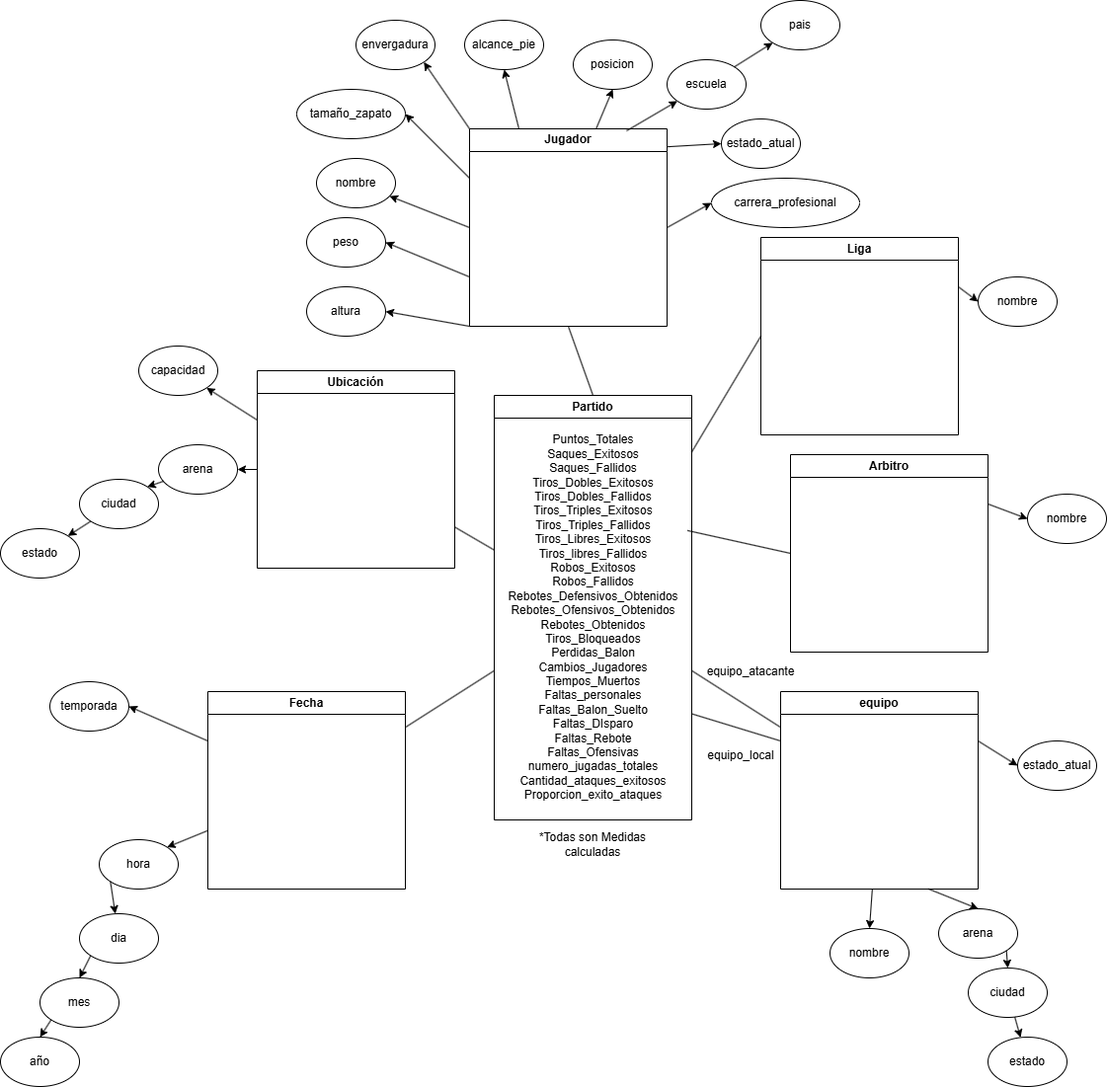
Earlier version of the draw.io export NBA esquema conceptual.png (danielbo22/TFG-NBA). Source tidied: cells renumbered, new cells last; positions are measured from the earlier drawing's top-left corner, leaving out a move shared by most shapes.
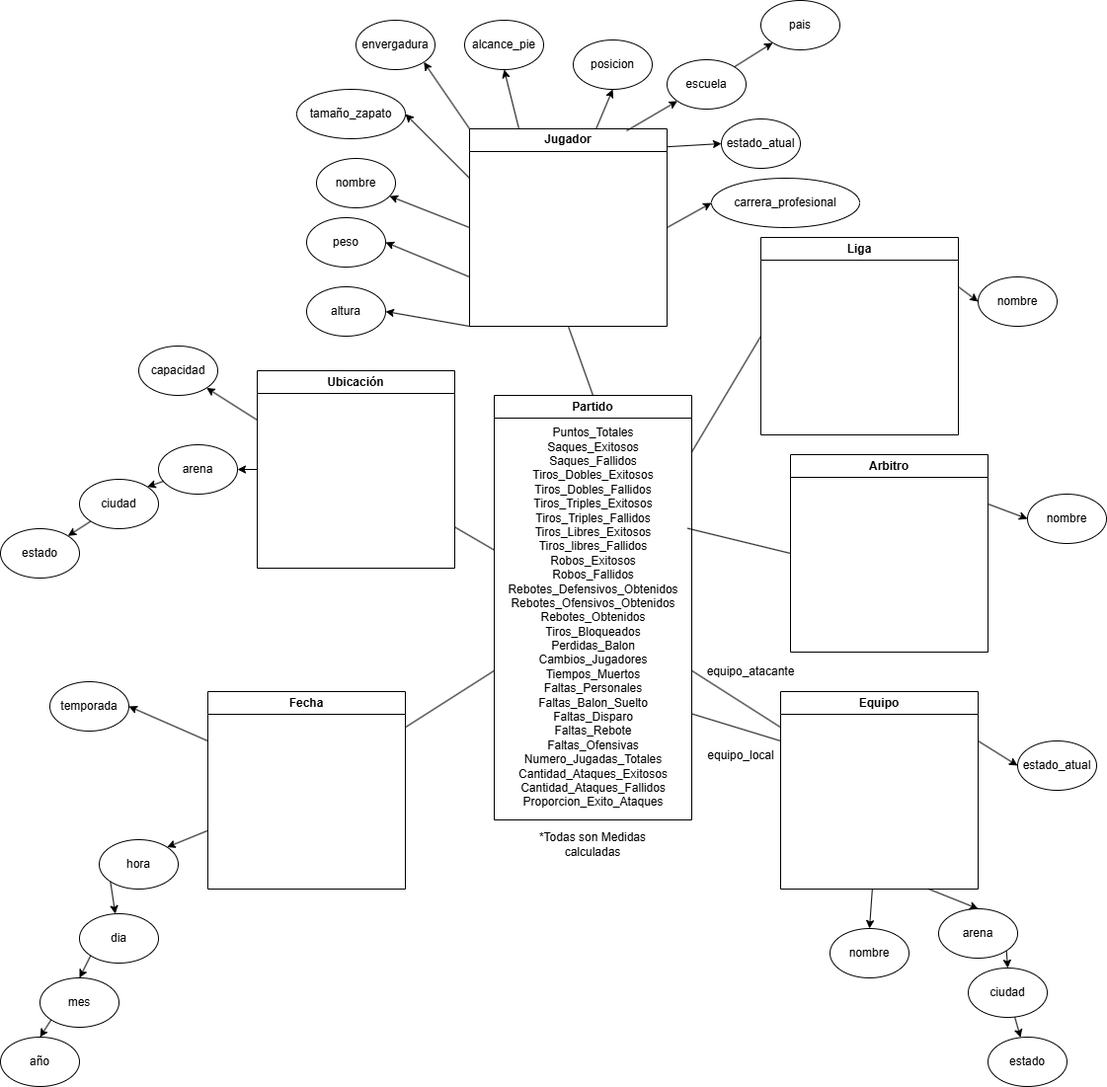
Above is the later version.

Commit message:
esquema conceptual final

The edit, as a diff of the source:
```diff
@@ -5,10 +5,10 @@
     <mxCell id="2" value="Partido" style="swimlane;whiteSpace=wrap;html=1;" parent="1" vertex="1">
       <mxGeometry x="500" y="400" width="200" height="430" as="geometry" />
     </mxCell>
-    <mxCell id="3" value="&lt;div&gt;Puntos_Totales&lt;/div&gt;Saques_Exitosos&lt;div&gt;Saques_Fallidos&lt;/div&gt;&lt;div&gt;Tiros_Dobles_Exitosos&lt;/div&gt;&lt;div&gt;Tiros_Dobles_Fallidos&lt;/div&gt;&lt;div&gt;Tiros_Triples_Exitosos&lt;/div&gt;&lt;div&gt;Tiros_Triples_Fallidos&lt;/div&gt;&lt;div&gt;Tiros_Libres_Exitosos&lt;/div&gt;&lt;div&gt;Tiros_libres_Fallidos&lt;/div&gt;&lt;div&gt;Robos_Exitosos&lt;/div&gt;&lt;div&gt;Robos_Fallidos&lt;/div&gt;&lt;div&gt;Rebotes_Defensivos_Obtenidos&lt;/div&gt;&lt;div&gt;Rebotes_Ofensivos_Obtenidos&lt;/div&gt;&lt;div&gt;Rebotes_Obtenidos&lt;/div&gt;&lt;div&gt;Tiros_Bloqueados&lt;/div&gt;&lt;div&gt;Perdidas_Balon&lt;/div&gt;&lt;div&gt;Cambios_Jugadores&lt;/div&gt;&lt;div&gt;Tiempos_Muertos&lt;/div&gt;&lt;div&gt;Faltas_personales&lt;/div&gt;&lt;div&gt;Faltas_Balon_Suelto&lt;/div&gt;&lt;div&gt;Faltas_DIsparo&lt;/div&gt;&lt;div&gt;Faltas_Rebote&lt;/div&gt;&lt;div&gt;Faltas_Ofensivas&lt;/div&gt;&lt;div&gt;numero_jugadas_totales&lt;/div&gt;&lt;div&gt;Cantidad_ataques_exitosos&lt;/div&gt;&lt;div&gt;Proporcion_exito_ataques&lt;/div&gt;" style="text;html=1;align=center;verticalAlign=middle;points=[];strokeColor=none;fillColor=none;" parent="2" vertex="1">
-      <mxGeometry y="30" width="200" height="390" as="geometry" />
+    <mxCell id="3" value="&lt;div&gt;Puntos_Totales&lt;/div&gt;Saques_Exitosos&lt;div&gt;Saques_Fallidos&lt;/div&gt;&lt;div&gt;Tiros_Dobles_Exitosos&lt;/div&gt;&lt;div&gt;Tiros_Dobles_Fallidos&lt;/div&gt;&lt;div&gt;Tiros_Triples_Exitosos&lt;/div&gt;&lt;div&gt;Tiros_Triples_Fallidos&lt;/div&gt;&lt;div&gt;Tiros_Libres_Exitosos&lt;/div&gt;&lt;div&gt;Tiros_libres_Fallidos&lt;/div&gt;&lt;div&gt;Robos_Exitosos&lt;/div&gt;&lt;div&gt;Robos_Fallidos&lt;/div&gt;&lt;div&gt;Rebotes_Defensivos_Obtenidos&lt;/div&gt;&lt;div&gt;Rebotes_Ofensivos_Obtenidos&lt;/div&gt;&lt;div&gt;Rebotes_Obtenidos&lt;/div&gt;&lt;div&gt;Tiros_Bloqueados&lt;/div&gt;&lt;div&gt;Perdidas_Balon&lt;/div&gt;&lt;div&gt;Cambios_Jugadores&lt;/div&gt;&lt;div&gt;Tiempos_Muertos&lt;/div&gt;&lt;div&gt;Faltas_Personales&lt;/div&gt;&lt;div&gt;Faltas_Balon_Suelto&lt;/div&gt;&lt;div&gt;Faltas_Disparo&lt;/div&gt;&lt;div&gt;Faltas_Rebote&lt;/div&gt;&lt;div&gt;Faltas_Ofensivas&lt;/div&gt;&lt;div&gt;Numero_Jugadas_Totales&lt;/div&gt;&lt;div&gt;Cantidad_Ataques_Exitosos&lt;/div&gt;&lt;div&gt;Cantidad_Ataques_Fallidos&lt;/div&gt;&lt;div&gt;Proporcion_Exito_Ataques&lt;/div&gt;" style="text;html=1;align=center;verticalAlign=middle;points=[];strokeColor=none;fillColor=none;" parent="2" vertex="1">
+      <mxGeometry y="25" width="200" height="400" as="geometry" />
     </mxCell>
-    <mxCell id="4" value="equipo" style="swimlane;whiteSpace=wrap;html=1;" parent="1" vertex="1">
+    <mxCell id="4" value="Equipo" style="swimlane;whiteSpace=wrap;html=1;" parent="1" vertex="1">
       <mxGeometry x="790" y="700" width="200" height="200" as="geometry" />
     </mxCell>
     <mxCell id="5" value="Jugador" style="swimlane;whiteSpace=wrap;html=1;" parent="1" vertex="1">
```
